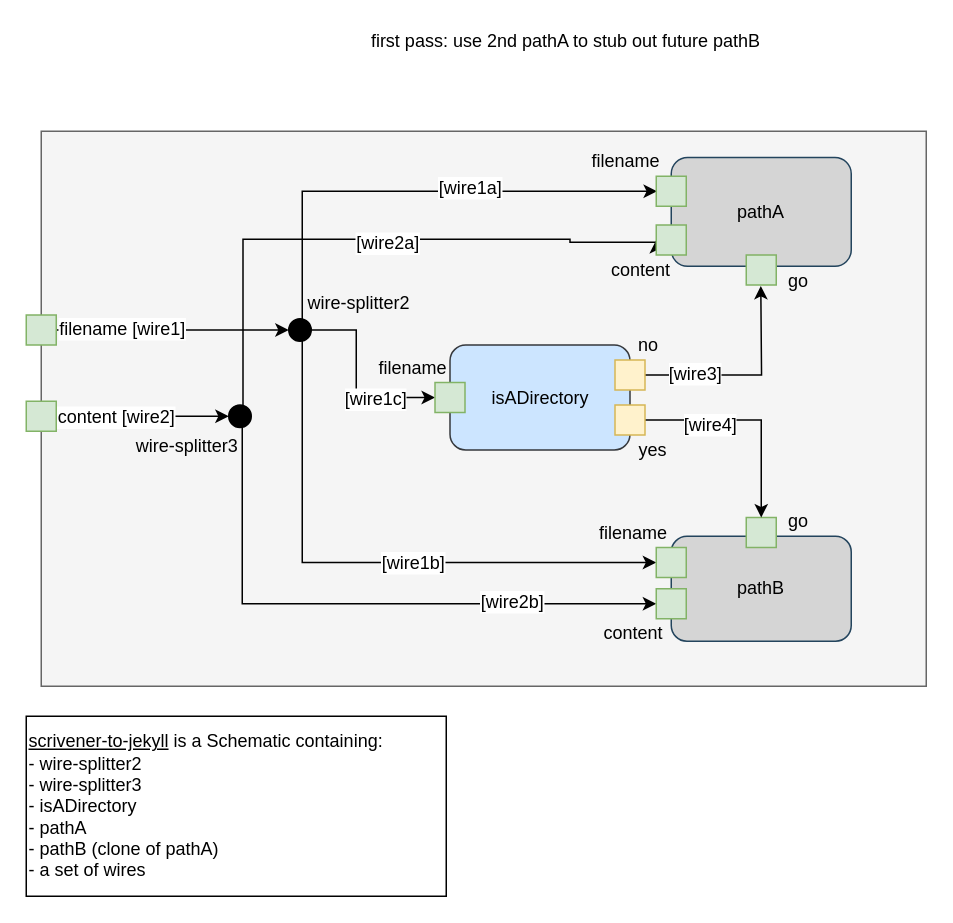
The draw.io diagram page "scrivener-to-jekyll" (1 of 7) of Implementation-Scrivener-to-Jekyll.drawio in guitarvydas/scrivener-to-jekyll, before the edit. Source tidied: cells renumbered, new cells numbered last; positions are measured from the earlier drawing's top-left corner, leaving out a move shared by most shapes. Both pictures are drawn from the tidied source at 150%, with x=0, y=0 at pixel (26, 26).
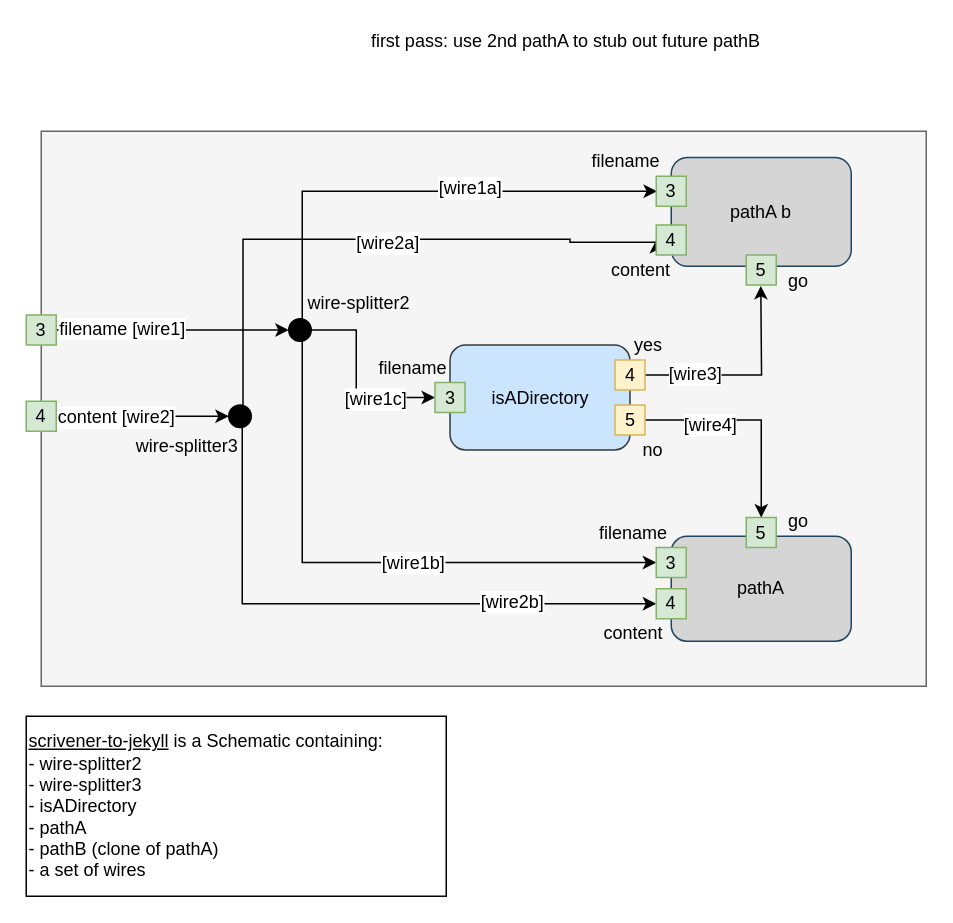
After the change.

Change to the diagram source:
```diff
@@
-    <mxCell id="5" style="whiteSpace=wrap;html=1;fillColor=#d5e8d4;strokeColor=#82b366;" parent="1" vertex="1">
+    <mxCell id="5" value="4" style="whiteSpace=wrap;html=1;fillColor=#d5e8d4;strokeColor=#82b366;" parent="1" vertex="1">
       <mxGeometry y="250" width="20" height="20" as="geometry" />
     </mxCell>
@@
-    <mxCell id="8" style="whiteSpace=wrap;html=1;fillColor=#d5e8d4;strokeColor=#82b366;" parent="1" vertex="1">
+    <mxCell id="8" value="3" style="whiteSpace=wrap;html=1;fillColor=#d5e8d4;strokeColor=#82b366;" parent="1" vertex="1">
       <mxGeometry y="192.5" width="20" height="20" as="geometry" />
     </mxCell>
@@
-    <mxCell id="22" value="pathB" style="rounded=1;whiteSpace=wrap;html=1;fillColor=#D5D5D5;align=center;strokeColor=#23445d;" parent="1" vertex="1">
+    <mxCell id="22" value="pathA" style="rounded=1;whiteSpace=wrap;html=1;fillColor=#D5D5D5;align=center;strokeColor=#23445d;" parent="1" vertex="1">
       <mxGeometry x="430" y="340" width="120" height="70" as="geometry" />
     </mxCell>
-    <mxCell id="23" style="whiteSpace=wrap;html=1;fillColor=#d5e8d4;strokeColor=#82b366;" parent="1" vertex="1">
+    <mxCell id="23" value="3" style="whiteSpace=wrap;html=1;fillColor=#d5e8d4;strokeColor=#82b366;" parent="1" vertex="1">
       <mxGeometry x="420" y="347.5" width="20" height="20" as="geometry" />
     </mxCell>
-    <mxCell id="24" style="whiteSpace=wrap;html=1;fillColor=#d5e8d4;strokeColor=#82b366;" parent="1" vertex="1">
+    <mxCell id="24" value="4" style="whiteSpace=wrap;html=1;fillColor=#d5e8d4;strokeColor=#82b366;" parent="1" vertex="1">
       <mxGeometry x="420" y="375" width="20" height="20" as="geometry" />
     </mxCell>
-    <mxCell id="25" style="whiteSpace=wrap;html=1;fillColor=#d5e8d4;strokeColor=#82b366;" parent="1" vertex="1">
+    <mxCell id="25" value="5" style="whiteSpace=wrap;html=1;fillColor=#d5e8d4;strokeColor=#82b366;" parent="1" vertex="1">
       <mxGeometry x="480" y="327.5" width="20" height="20" as="geometry" />
     </mxCell>
@@
-    <mxCell id="28" style="whiteSpace=wrap;html=1;fillColor=#fff2cc;strokeColor=#d6b656;" parent="1" vertex="1">
+    <mxCell id="28" value="4" style="whiteSpace=wrap;html=1;fillColor=#fff2cc;strokeColor=#d6b656;" parent="1" vertex="1">
       <mxGeometry x="392.5" y="222.5" width="20" height="20" as="geometry" />
     </mxCell>
@@
-    <mxCell id="31" style="whiteSpace=wrap;html=1;fillColor=#fff2cc;strokeColor=#d6b656;" parent="1" vertex="1">
+    <mxCell id="31" value="5" style="whiteSpace=wrap;html=1;fillColor=#fff2cc;strokeColor=#d6b656;" parent="1" vertex="1">
       <mxGeometry x="392.5" y="252.5" width="20" height="20" as="geometry" />
     </mxCell>
-    <mxCell id="32" style="whiteSpace=wrap;html=1;fillColor=#d5e8d4;strokeColor=#82b366;" parent="1" vertex="1">
+    <mxCell id="32" value="3" style="whiteSpace=wrap;html=1;fillColor=#d5e8d4;strokeColor=#82b366;" parent="1" vertex="1">
       <mxGeometry x="272.5" y="237.5" width="20" height="20" as="geometry" />
     </mxCell>
@@
-    <mxCell id="36" value="no" style="text;html=1;strokeColor=none;fillColor=none;align=center;verticalAlign=middle;whiteSpace=wrap;rounded=0;" parent="1" vertex="1">
+    <mxCell id="36" value="yes" style="text;html=1;strokeColor=none;fillColor=none;align=center;verticalAlign=middle;whiteSpace=wrap;rounded=0;" parent="1" vertex="1">
       <mxGeometry x="400" y="202.5" width="30" height="20" as="geometry" />
     </mxCell>
-    <mxCell id="37" value="yes" style="text;html=1;strokeColor=none;fillColor=none;align=center;verticalAlign=middle;whiteSpace=wrap;rounded=0;" parent="1" vertex="1">
+    <mxCell id="37" value="no" style="text;html=1;strokeColor=none;fillColor=none;align=center;verticalAlign=middle;whiteSpace=wrap;rounded=0;" parent="1" vertex="1">
       <mxGeometry x="402.5" y="272.5" width="30" height="20" as="geometry" />
     </mxCell>
@@
-    <mxCell id="41" value="pathA" style="rounded=1;whiteSpace=wrap;html=1;fillColor=#D5D5D5;align=center;strokeColor=#23445d;" parent="1" vertex="1">
+    <mxCell id="41" value="pathA b" style="rounded=1;whiteSpace=wrap;html=1;fillColor=#D5D5D5;align=center;strokeColor=#23445d;" parent="1" vertex="1">
       <mxGeometry x="430" y="87.5" width="120" height="72.5" as="geometry" />
     </mxCell>
-    <mxCell id="42" style="whiteSpace=wrap;html=1;fillColor=#d5e8d4;strokeColor=#82b366;" parent="1" vertex="1">
+    <mxCell id="42" value="3" style="whiteSpace=wrap;html=1;fillColor=#d5e8d4;strokeColor=#82b366;" parent="1" vertex="1">
       <mxGeometry x="420" y="100" width="20" height="20" as="geometry" />
     </mxCell>
-    <mxCell id="43" style="whiteSpace=wrap;html=1;fillColor=#d5e8d4;strokeColor=#82b366;" parent="1" vertex="1">
+    <mxCell id="43" value="4" style="whiteSpace=wrap;html=1;fillColor=#d5e8d4;strokeColor=#82b366;" parent="1" vertex="1">
       <mxGeometry x="420" y="132.5" width="20" height="20" as="geometry" />
     </mxCell>
-    <mxCell id="44" style="whiteSpace=wrap;html=1;fillColor=#d5e8d4;strokeColor=#82b366;" parent="1" vertex="1">
+    <mxCell id="44" value="5" style="whiteSpace=wrap;html=1;fillColor=#d5e8d4;strokeColor=#82b366;" parent="1" vertex="1">
       <mxGeometry x="480" y="152.5" width="20" height="20" as="geometry" />
     </mxCell>
```
